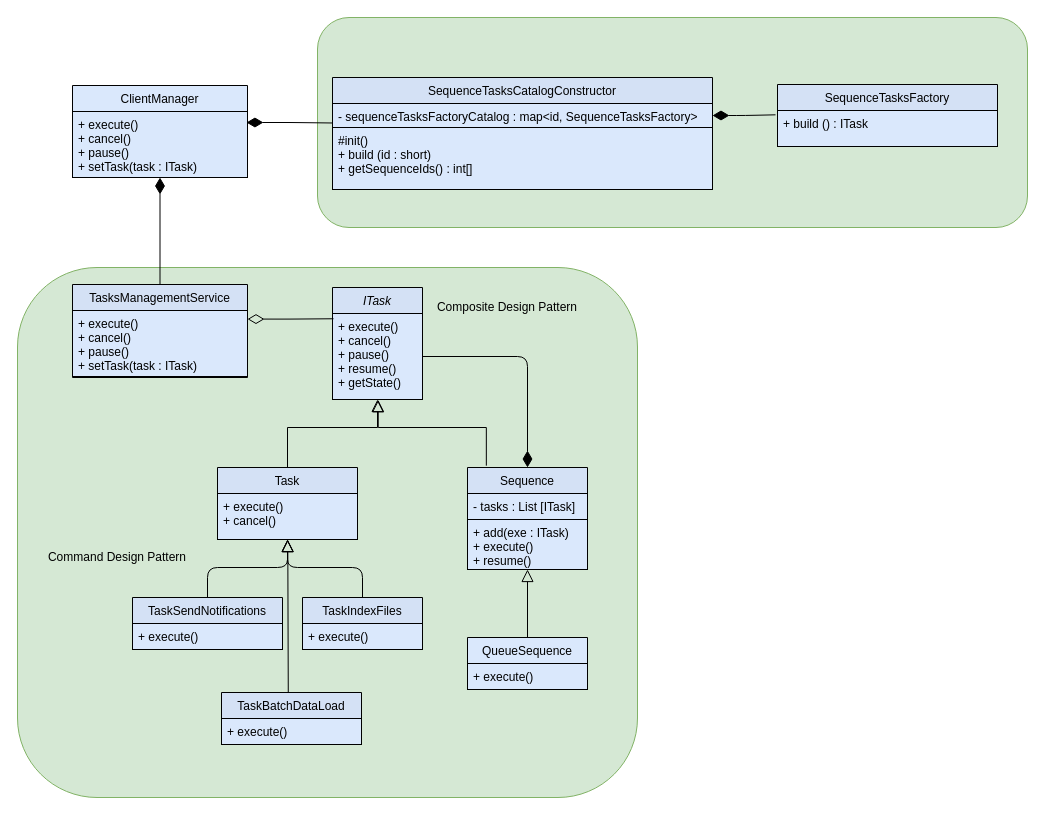
Earlier version of the draw.io diagram design/TaskManagementService.drawio (cguz/task-management-service). Source tidied: cells renumbered, new cells numbered last; positions are measured from the earlier drawing's top-left corner, leaving out a move shared by most shapes. Both pictures are drawn from the tidied source at 100%, with x=0, y=0 at pixel (17, 17).
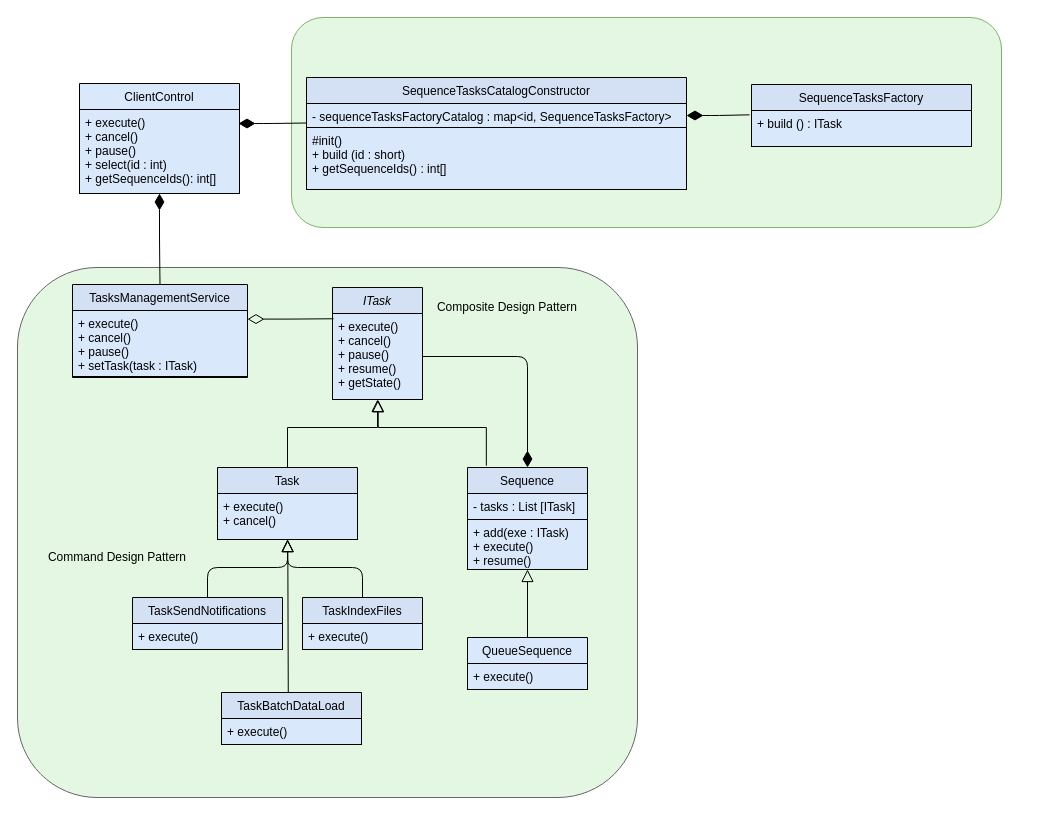
The same page after the edit.

Diff of the diagram source:
```diff
@@
-    <mxCell id="2" style="rounded=1;whiteSpace=wrap;html=1;fillColor=#d5e8d4;strokeColor=#82b366;" parent="1" vertex="1">
+    <mxCell id="2" style="rounded=1;whiteSpace=wrap;html=1;strokeColor=#666666;fontColor=#333333;fillColor=#E3F7E2;" parent="1" vertex="1">
       <mxGeometry y="250" width="620" height="530" as="geometry" />
     </mxCell>
-    <mxCell id="3" style="rounded=1;whiteSpace=wrap;html=1;fillColor=#d5e8d4;strokeColor=#82b366;" parent="1" vertex="1">
-      <mxGeometry x="300" width="710" height="210" as="geometry" />
+    <mxCell id="3" style="rounded=1;whiteSpace=wrap;html=1;strokeColor=#82b366;fillColor=#E3F7E2;" parent="1" vertex="1">
+      <mxGeometry x="274" width="710" height="210" as="geometry" />
     </mxCell>
@@
-    <mxCell id="30" value="ClientManager" style="swimlane;fontStyle=0;align=center;verticalAlign=top;horizontal=1;startSize=26;rounded=0;shadow=0;strokeWidth=1;fillColor=#dae8fc;" parent="1" vertex="1">
-      <mxGeometry x="55" y="68" width="175" height="92" as="geometry" />
+    <mxCell id="30" value="ClientControl" style="swimlane;fontStyle=0;align=center;verticalAlign=top;horizontal=1;startSize=26;rounded=0;shadow=0;strokeWidth=1;fillColor=#dae8fc;" parent="1" vertex="1">
+      <mxGeometry x="62" y="66" width="160" height="110" as="geometry" />
     </mxCell>
-    <mxCell id="31" value="+ execute()&#10;+ cancel()&#10;+ pause()&#10;+ setTask(task : ITask)" style="text;align=left;verticalAlign=top;spacingLeft=4;spacingRight=4;overflow=hidden;points=[[0,0.5],[1,0.5]];portConstraint=eastwest;fillColor=#dae8fc;strokeColor=#000000;" parent="30" vertex="1">
-      <mxGeometry y="26" width="175" height="66" as="geometry" />
+    <mxCell id="31" value="+ execute()&#10;+ cancel()&#10;+ pause()&#10;+ select(id : int)&#10;+ getSequenceIds(): int[]" style="text;align=left;verticalAlign=top;spacingLeft=4;spacingRight=4;overflow=hidden;points=[[0,0.5],[1,0.5]];portConstraint=eastwest;fillColor=#dae8fc;strokeColor=#000000;" parent="30" vertex="1">
+      <mxGeometry y="26" width="160" height="84" as="geometry" />
     </mxCell>
     <mxCell id="32" value="SequenceTasksCatalogConstructor" style="swimlane;fontStyle=0;align=center;verticalAlign=top;horizontal=1;startSize=26;rounded=0;shadow=0;strokeWidth=1;fillColor=#D4E1F5;" parent="1" vertex="1">
-      <mxGeometry x="315" y="60" width="380" height="112" as="geometry" />
+      <mxGeometry x="289" y="60" width="380" height="112" as="geometry" />
     </mxCell>
@@
     <mxCell id="35" value="SequenceTasksFactory" style="swimlane;fontStyle=0;align=center;verticalAlign=top;horizontal=1;startSize=26;rounded=0;shadow=0;strokeWidth=1;fillColor=#D4E1F5;" parent="1" vertex="1">
-      <mxGeometry x="760" y="67" width="220" height="62" as="geometry" />
+      <mxGeometry x="734" y="67" width="220" height="62" as="geometry" />
     </mxCell>
```
